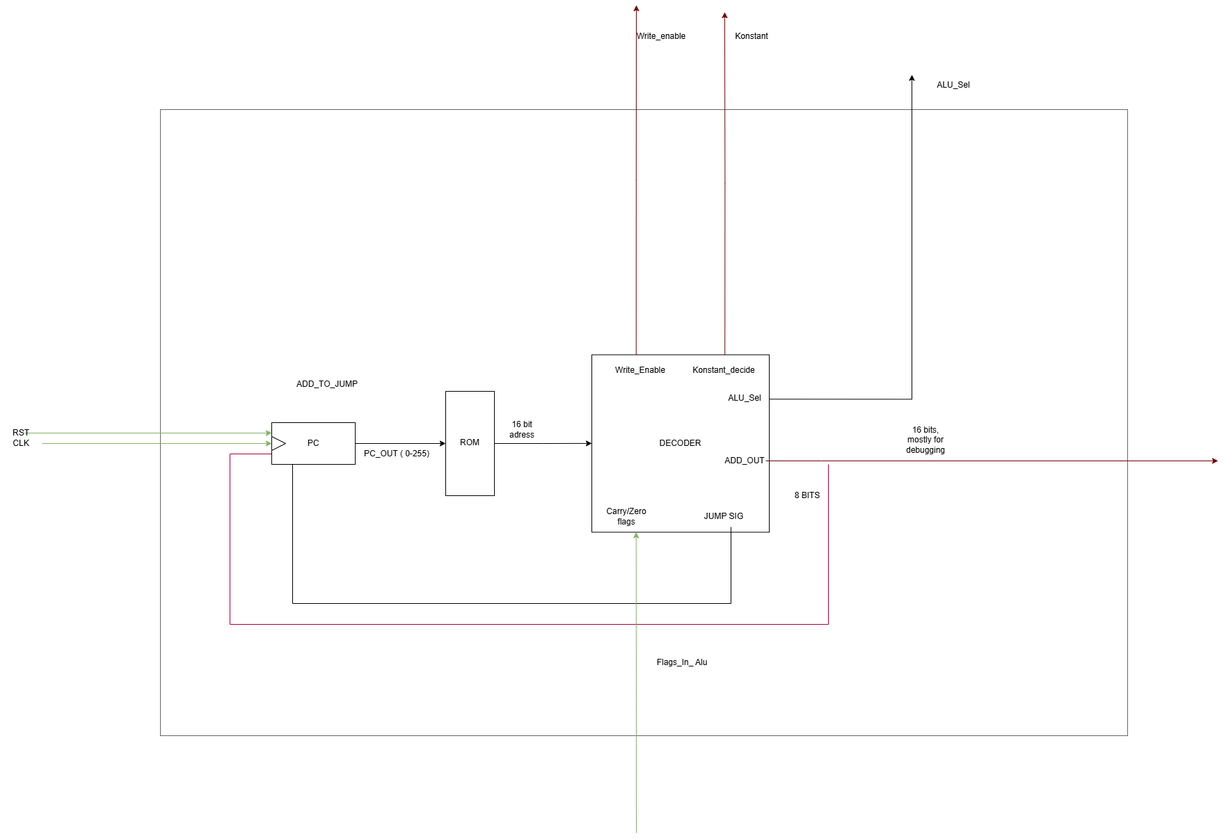
Earlier version of the draw.io export scheme/PC_TOP_LEVEL.drawio.png (Reorad/8Bit-FPGA-Processor). Source tidied: cells renumbered, new cells last; positions are measured from the earlier drawing's top-left corner, leaving out a move shared by most shapes. Its diagram source:
```xml
<mxGraphModel>
  <root>
    <mxCell id="0" />
    <mxCell id="1" parent="0" />
    <mxCell id="2" style="rounded=0;whiteSpace=wrap;html=1;fillColor=none;strokeColor=#666666;fontColor=#333333;" parent="1" vertex="1">
      <mxGeometry x="230" y="150" width="1390" height="900" as="geometry" />
    </mxCell>
    <mxCell id="3" style="edgeStyle=orthogonalEdgeStyle;rounded=0;jettySize=auto;html=1;exitX=1;exitY=0.5;exitDx=0;exitDy=0;entryX=0.5;entryY=0;entryDx=0;entryDy=0;" parent="1" edge="1" source="5" target="7">
      <mxGeometry relative="1" as="geometry" />
    </mxCell>
    <mxCell id="4" style="edgeStyle=orthogonalEdgeStyle;rounded=0;jettySize=auto;html=1;exitX=0;exitY=0.75;exitDx=0;exitDy=0;endArrow=none;endFill=0;fillColor=#d80073;strokeColor=#A50040;" parent="1" edge="1" source="5">
      <mxGeometry relative="1" as="geometry">
        <mxPoint x="1191" y="660" as="targetPoint" />
        <Array as="points">
          <mxPoint x="330" y="645" />
          <mxPoint x="330" y="890" />
          <mxPoint x="1190" y="890" />
        </Array>
      </mxGeometry>
    </mxCell>
    <mxCell id="5" value="PC" style="rounded=0;whiteSpace=wrap;html=1;" parent="1" vertex="1">
      <mxGeometry x="390" y="600" width="120" height="60" as="geometry" />
    </mxCell>
    <mxCell id="6" style="edgeStyle=orthogonalEdgeStyle;rounded=0;jettySize=auto;html=1;exitX=0.5;exitY=1;exitDx=0;exitDy=0;" parent="1" edge="1" source="7">
      <mxGeometry relative="1" as="geometry">
        <mxPoint x="850" y="629.9" as="targetPoint" />
      </mxGeometry>
    </mxCell>
    <mxCell id="7" value="&lt;div style=&quot;line-height: 140%;&quot;&gt;ROM&lt;/div&gt;" style="rounded=0;whiteSpace=wrap;html=1;rotation=270;horizontal=1;textDirection=vertical-lr;" parent="1" vertex="1">
      <mxGeometry x="600" y="595" width="150" height="70" as="geometry" />
    </mxCell>
    <mxCell id="8" style="edgeStyle=orthogonalEdgeStyle;rounded=0;jettySize=auto;html=1;exitX=0.25;exitY=0;exitDx=0;exitDy=0;strokeColor=#6F0000;fillColor=#a20025;" parent="1" edge="1" source="11">
      <mxGeometry relative="1" as="geometry">
        <mxPoint x="914" as="targetPoint" />
      </mxGeometry>
    </mxCell>
    <mxCell id="9" style="edgeStyle=orthogonalEdgeStyle;rounded=0;jettySize=auto;html=1;exitX=1;exitY=0.25;exitDx=0;exitDy=0;" parent="1" edge="1" source="11">
      <mxGeometry relative="1" as="geometry">
        <mxPoint x="1310" y="100" as="targetPoint" />
      </mxGeometry>
    </mxCell>
    <mxCell id="10" style="edgeStyle=orthogonalEdgeStyle;rounded=0;jettySize=auto;html=1;exitX=0.75;exitY=0;exitDx=0;exitDy=0;strokeColor=#6F0000;fillColor=#a20025;" parent="1" edge="1" source="11">
      <mxGeometry relative="1" as="geometry">
        <mxPoint x="1041" y="10" as="targetPoint" />
      </mxGeometry>
    </mxCell>
    <mxCell id="11" value="DECODER" style="whiteSpace=wrap;html=1;" parent="1" vertex="1">
      <mxGeometry x="850" y="502.5" width="255" height="255" as="geometry" />
    </mxCell>
    <mxCell id="12" value="PC_OUT ( 0-255)" style="text;html=1;whiteSpace=wrap;strokeColor=none;fillColor=none;align=center;verticalAlign=middle;rounded=0;" parent="1" vertex="1">
      <mxGeometry x="520" y="630" width="100" height="30" as="geometry" />
    </mxCell>
    <mxCell id="13" value="16 bit adress" style="text;html=1;whiteSpace=wrap;strokeColor=none;fillColor=none;align=center;verticalAlign=middle;rounded=0;" parent="1" vertex="1">
      <mxGeometry x="720" y="595" width="60" height="30" as="geometry" />
    </mxCell>
    <mxCell id="14" style="edgeStyle=orthogonalEdgeStyle;rounded=0;jettySize=auto;html=1;entryX=0.25;entryY=1;entryDx=0;entryDy=0;endArrow=none;endFill=0;" parent="1" edge="1" source="15" target="5">
      <mxGeometry relative="1" as="geometry">
        <Array as="points">
          <mxPoint x="1050" y="860" />
          <mxPoint x="420" y="860" />
        </Array>
      </mxGeometry>
    </mxCell>
    <mxCell id="15" value="JUMP SIG" style="text;html=1;whiteSpace=wrap;strokeColor=none;fillColor=none;align=center;verticalAlign=middle;rounded=0;" parent="1" vertex="1">
      <mxGeometry x="1010" y="720" width="60" height="30" as="geometry" />
    </mxCell>
    <mxCell id="16" style="triangle;whiteSpace=wrap;html=1;" parent="1" vertex="1">
      <mxGeometry x="390" y="620" width="20" height="20" as="geometry" />
    </mxCell>
    <mxCell id="17" style="edgeStyle=orthogonalEdgeStyle;rounded=0;jettySize=auto;html=1;entryX=0;entryY=0.25;entryDx=0;entryDy=0;fillColor=#d5e8d4;strokeColor=#82b366;" parent="1" edge="1" source="18" target="5">
      <mxGeometry relative="1" as="geometry" />
    </mxCell>
    <mxCell id="18" value="RST" style="text;html=1;whiteSpace=wrap;strokeColor=none;fillColor=none;align=center;verticalAlign=middle;rounded=0;" parent="1" vertex="1">
      <mxGeometry x="25" y="610" width="10" height="10" as="geometry" />
    </mxCell>
    <mxCell id="19" value="ADD_TO_JUMP" style="text;html=1;whiteSpace=wrap;strokeColor=none;fillColor=none;align=center;verticalAlign=middle;rounded=0;" parent="1" vertex="1">
      <mxGeometry x="440" y="530" width="60" height="30" as="geometry" />
    </mxCell>
    <mxCell id="20" style="edgeStyle=orthogonalEdgeStyle;rounded=0;jettySize=auto;html=1;fillColor=#a20025;strokeColor=#6F0000;" parent="1" edge="1" source="21">
      <mxGeometry relative="1" as="geometry">
        <mxPoint x="1750" y="655" as="targetPoint" />
        <Array as="points">
          <mxPoint x="1180" y="655" />
          <mxPoint x="1180" y="655" />
        </Array>
      </mxGeometry>
    </mxCell>
    <mxCell id="21" value="ADD_OUT" style="text;html=1;whiteSpace=wrap;strokeColor=none;fillColor=none;align=center;verticalAlign=middle;rounded=0;" parent="1" vertex="1">
      <mxGeometry x="1040" y="640" width="60" height="30" as="geometry" />
    </mxCell>
    <mxCell id="22" value="8 BITS" style="text;html=1;whiteSpace=wrap;strokeColor=none;fillColor=none;align=center;verticalAlign=middle;rounded=0;" parent="1" vertex="1">
      <mxGeometry x="1130" y="690" width="60" height="30" as="geometry" />
    </mxCell>
    <mxCell id="23" value="16 bits, mostly for debugging" style="text;html=1;whiteSpace=wrap;strokeColor=none;fillColor=none;align=center;verticalAlign=middle;rounded=0;" parent="1" vertex="1">
      <mxGeometry x="1300" y="610" width="60" height="30" as="geometry" />
    </mxCell>
    <mxCell id="24" value="ALU_Sel" style="text;html=1;whiteSpace=wrap;strokeColor=none;fillColor=none;align=center;verticalAlign=middle;rounded=0;" parent="1" vertex="1">
      <mxGeometry x="1040" y="550" width="60" height="30" as="geometry" />
    </mxCell>
    <mxCell id="25" value="Konstant_decide" style="text;html=1;whiteSpace=wrap;strokeColor=none;fillColor=none;align=center;verticalAlign=middle;rounded=0;" parent="1" vertex="1">
      <mxGeometry x="1010" y="510" width="60" height="30" as="geometry" />
    </mxCell>
    <mxCell id="26" value="Carry/Zero flags" style="text;html=1;whiteSpace=wrap;strokeColor=none;fillColor=none;align=center;verticalAlign=middle;rounded=0;" parent="1" vertex="1">
      <mxGeometry x="870" y="720" width="60" height="30" as="geometry" />
    </mxCell>
    <mxCell id="27" style="endArrow=classic;html=1;rounded=0;entryX=0.25;entryY=1;entryDx=0;entryDy=0;fillColor=#d5e8d4;gradientColor=#97d077;strokeColor=#82b366;" parent="1" edge="1" target="11">
      <mxGeometry relative="1" as="geometry">
        <mxPoint x="914" y="1190" as="sourcePoint" />
      </mxGeometry>
    </mxCell>
    <mxCell id="28" value="Flags_In_ Alu" style="text;html=1;whiteSpace=wrap;strokeColor=none;fillColor=none;align=center;verticalAlign=middle;rounded=0;" parent="1" vertex="1">
      <mxGeometry x="930" y="930" width="100" height="30" as="geometry" />
    </mxCell>
    <mxCell id="29" value="Write_Enable" style="text;html=1;whiteSpace=wrap;strokeColor=none;fillColor=none;align=center;verticalAlign=middle;rounded=0;" parent="1" vertex="1">
      <mxGeometry x="860" y="510" width="120" height="30" as="geometry" />
    </mxCell>
    <mxCell id="30" value="ALU_Sel" style="text;html=1;whiteSpace=wrap;strokeColor=none;fillColor=none;align=center;verticalAlign=middle;rounded=0;" parent="1" vertex="1">
      <mxGeometry x="1340" y="100" width="60" height="30" as="geometry" />
    </mxCell>
    <mxCell id="31" value="Konstant" style="text;html=1;whiteSpace=wrap;strokeColor=none;fillColor=none;align=center;verticalAlign=middle;rounded=0;" parent="1" vertex="1">
      <mxGeometry x="1050" y="30" width="60" height="30" as="geometry" />
    </mxCell>
    <mxCell id="32" value="Write_enable" style="text;html=1;whiteSpace=wrap;strokeColor=none;fillColor=none;align=center;verticalAlign=middle;rounded=0;" parent="1" vertex="1">
      <mxGeometry x="920" y="30" width="60" height="30" as="geometry" />
    </mxCell>
    <mxCell id="33" style="edgeStyle=orthogonalEdgeStyle;rounded=0;jettySize=auto;html=1;entryX=0;entryY=0.5;entryDx=0;entryDy=0;fillColor=#d5e8d4;strokeColor=#82b366;" parent="1" edge="1" source="34" target="16">
      <mxGeometry relative="1" as="geometry" />
    </mxCell>
    <mxCell id="34" value="CLK" style="text;html=1;whiteSpace=wrap;strokeColor=none;fillColor=none;align=center;verticalAlign=middle;rounded=0;" parent="1" vertex="1">
      <mxGeometry y="615" width="60" height="30" as="geometry" />
    </mxCell>
  </root>
</mxGraphModel>
```
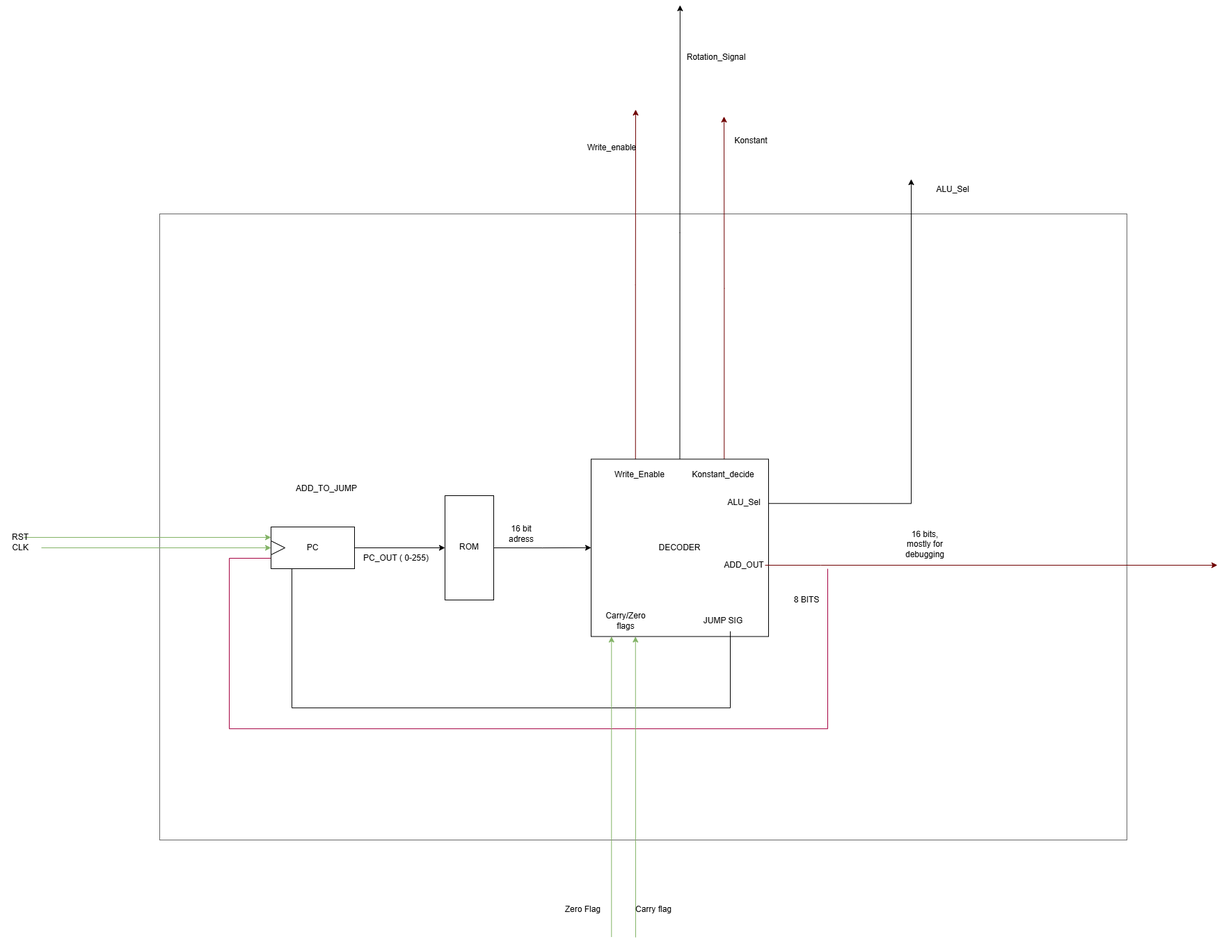
Later version of the same file.

Change to the diagram source:
```diff
@@ -44,6 +44,11 @@
         <mxPoint x="1041" y="10" as="targetPoint" />
       </mxGeometry>
     </mxCell>
+    <mxCell id="35" style="edgeStyle=orthogonalEdgeStyle;rounded=0;jettySize=auto;html=1;exitX=0.5;exitY=0;exitDx=0;exitDy=0;" parent="1" edge="1" source="11">
+      <mxGeometry relative="1" as="geometry">
+        <mxPoint x="977.8" y="-150" as="targetPoint" />
+      </mxGeometry>
+    </mxCell>
     <mxCell id="11" value="DECODER" style="whiteSpace=wrap;html=1;" parent="1" vertex="1">
       <mxGeometry x="850" y="502.5" width="255" height="255" as="geometry" />
     </mxCell>
@@ -108,9 +113,6 @@
         <mxPoint x="914" y="1190" as="sourcePoint" />
       </mxGeometry>
     </mxCell>
-    <mxCell id="28" value="Flags_In_ Alu" style="text;html=1;whiteSpace=wrap;strokeColor=none;fillColor=none;align=center;verticalAlign=middle;rounded=0;" parent="1" vertex="1">
-      <mxGeometry x="930" y="930" width="100" height="30" as="geometry" />
-    </mxCell>
     <mxCell id="29" value="Write_Enable" style="text;html=1;whiteSpace=wrap;strokeColor=none;fillColor=none;align=center;verticalAlign=middle;rounded=0;" parent="1" vertex="1">
       <mxGeometry x="860" y="510" width="120" height="30" as="geometry" />
     </mxCell>
@@ -121,7 +123,7 @@
       <mxGeometry x="1050" y="30" width="60" height="30" as="geometry" />
     </mxCell>
     <mxCell id="32" value="Write_enable" style="text;html=1;whiteSpace=wrap;strokeColor=none;fillColor=none;align=center;verticalAlign=middle;rounded=0;" parent="1" vertex="1">
-      <mxGeometry x="920" y="30" width="60" height="30" as="geometry" />
+      <mxGeometry x="850" y="40" width="60" height="30" as="geometry" />
     </mxCell>
     <mxCell id="33" style="edgeStyle=orthogonalEdgeStyle;rounded=0;jettySize=auto;html=1;entryX=0;entryY=0.5;entryDx=0;entryDy=0;fillColor=#d5e8d4;strokeColor=#82b366;" parent="1" edge="1" source="34" target="16">
       <mxGeometry relative="1" as="geometry" />
@@ -129,5 +131,20 @@
     <mxCell id="34" value="CLK" style="text;html=1;whiteSpace=wrap;strokeColor=none;fillColor=none;align=center;verticalAlign=middle;rounded=0;" parent="1" vertex="1">
       <mxGeometry y="615" width="60" height="30" as="geometry" />
     </mxCell>
+    <mxCell id="36" value="Rotation_Signal" style="text;html=1;whiteSpace=wrap;strokeColor=none;fillColor=none;align=center;verticalAlign=middle;rounded=0;" parent="1" vertex="1">
+      <mxGeometry x="1000" y="-90" width="60" height="30" as="geometry" />
+    </mxCell>
+    <mxCell id="37" style="endArrow=classic;html=1;rounded=0;entryX=0.25;entryY=1;entryDx=0;entryDy=0;fillColor=#d5e8d4;gradientColor=#97d077;strokeColor=#82b366;" parent="1" edge="1">
+      <mxGeometry relative="1" as="geometry">
+        <mxPoint x="879.3" y="1189.5" as="sourcePoint" />
+        <mxPoint x="879.3" y="757.5" as="targetPoint" />
+      </mxGeometry>
+    </mxCell>
+    <mxCell id="38" value="Zero Flag&amp;nbsp;" style="text;html=1;whiteSpace=wrap;strokeColor=none;fillColor=none;align=center;verticalAlign=middle;rounded=0;" parent="1" vertex="1">
+      <mxGeometry x="810" y="1130" width="60" height="40" as="geometry" />
+    </mxCell>
+    <mxCell id="39" value="Carry flag" style="text;html=1;whiteSpace=wrap;strokeColor=none;fillColor=none;align=center;verticalAlign=middle;rounded=0;" parent="1" vertex="1">
+      <mxGeometry x="910" y="1135" width="60" height="30" as="geometry" />
+    </mxCell>
   </root>
 </mxGraphModel>
```
